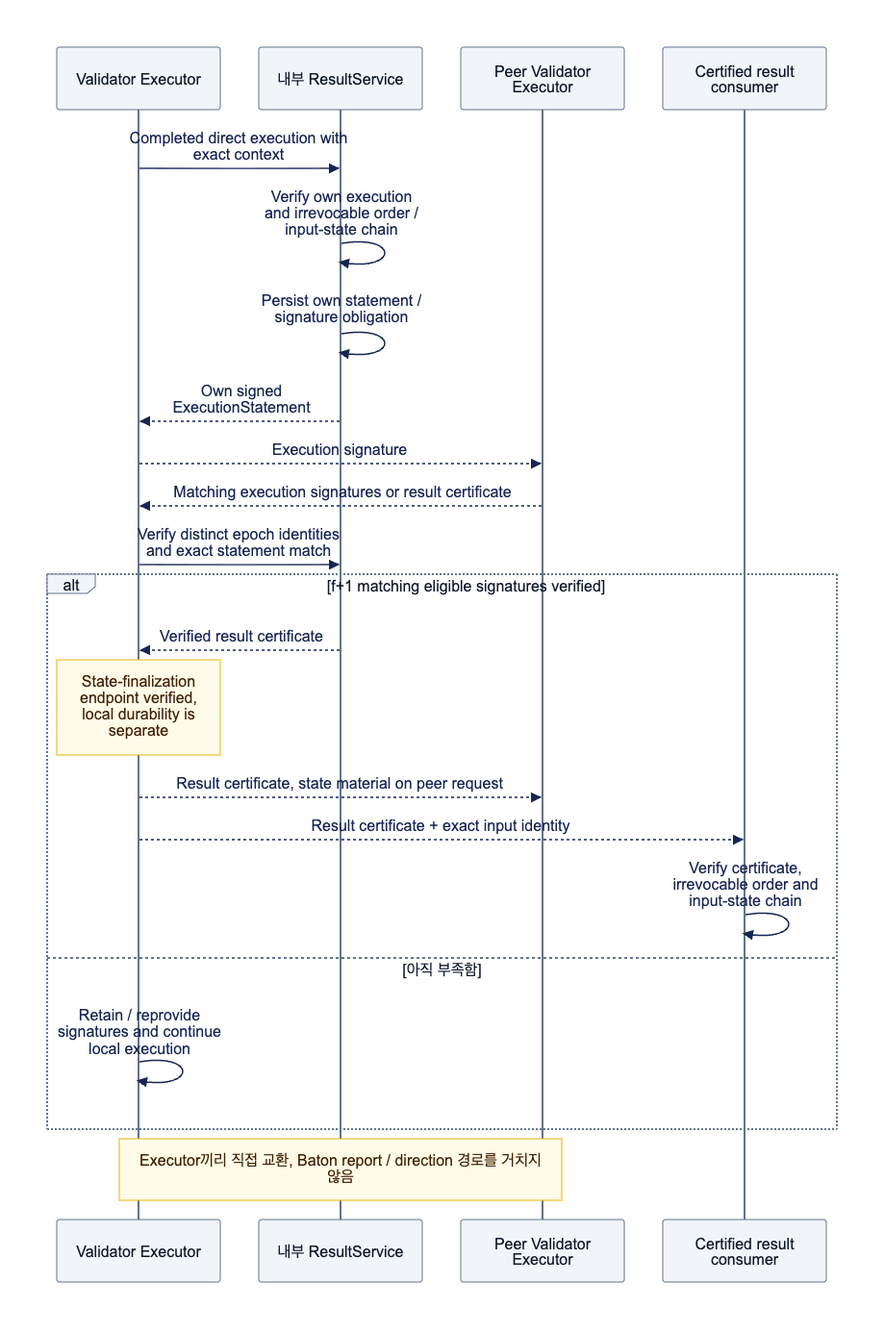
Above: docs/assets/diagrams/diagram-11.png in djm07073/baton-research (Mermaid), before the change. Its source is kept beside it as docs/assets/diagrams/diagram-11.mmd.
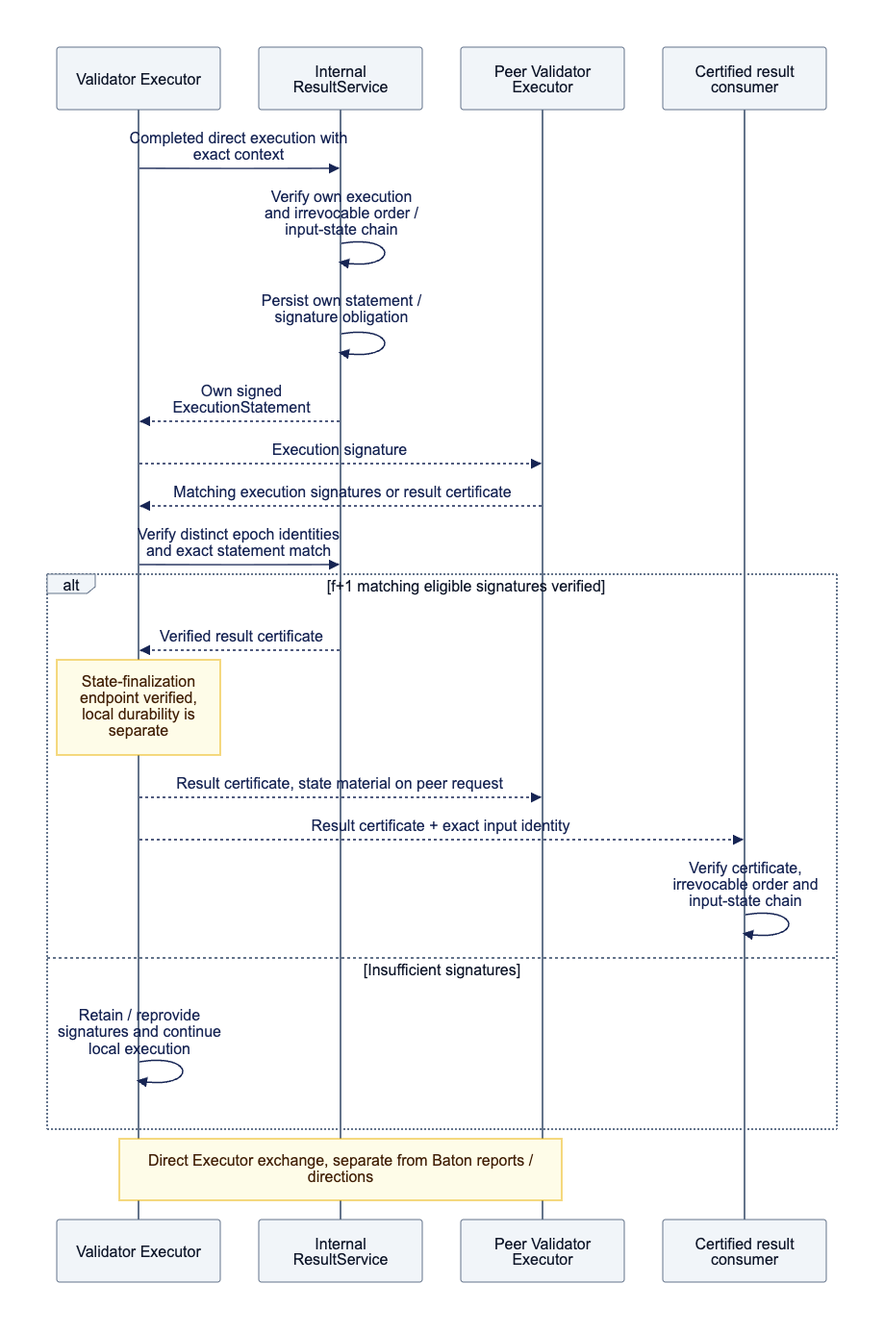
The same diagram one commit later.

The edit, as a diff of the source:
```diff
@@ -1,6 +1,6 @@
 sequenceDiagram
     participant E as Validator Executor
-    participant S as 내부 ResultService
+    participant S as Internal ResultService
     participant P as Peer Validator Executor
     participant R as Certified result consumer
     E->>S: Completed direct execution with exact context
@@ -16,7 +16,7 @@
         E-->>P: Result certificate, state material on peer request
         E-->>R: Result certificate + exact input identity
         R->>R: Verify certificate, irrevocable order and input-state chain
-    else 아직 부족함
+    else Insufficient signatures
         E->>E: Retain / reprovide signatures and continue local execution
     end
-    Note over E,P: Executor끼리 직접 교환, Baton report / direction 경로를 거치지 않음
+    Note over E,P: Direct Executor exchange, separate from Baton reports / directions
```
